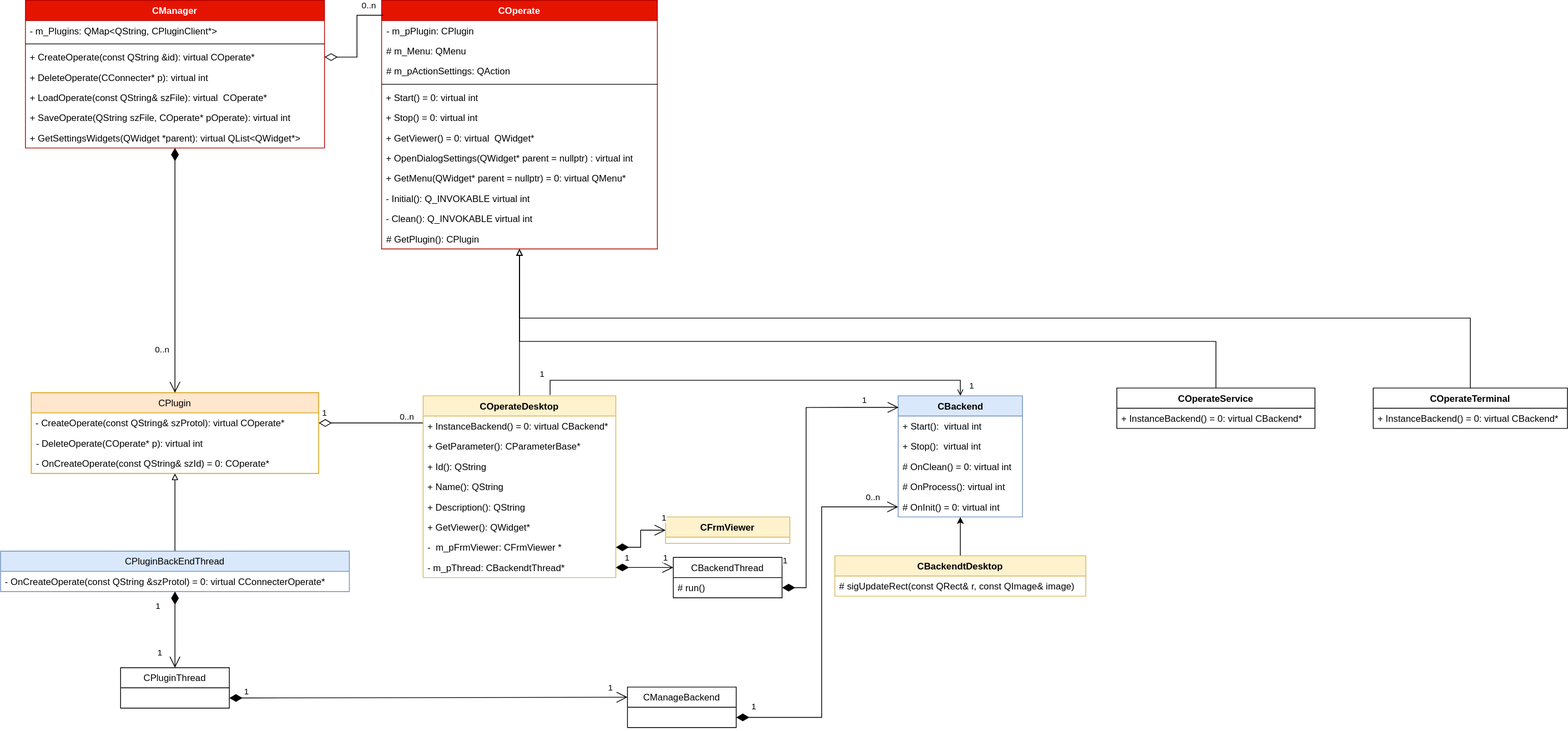
This is docs/Image/PluginAPI.svg from KangLin/RabbitRemoteControl, a draw.io export, as it was before one commit. Source tidied: cells renumbered, new cells last; positions are measured from the earlier drawing's top-left corner, leaving out a move shared by most shapes.
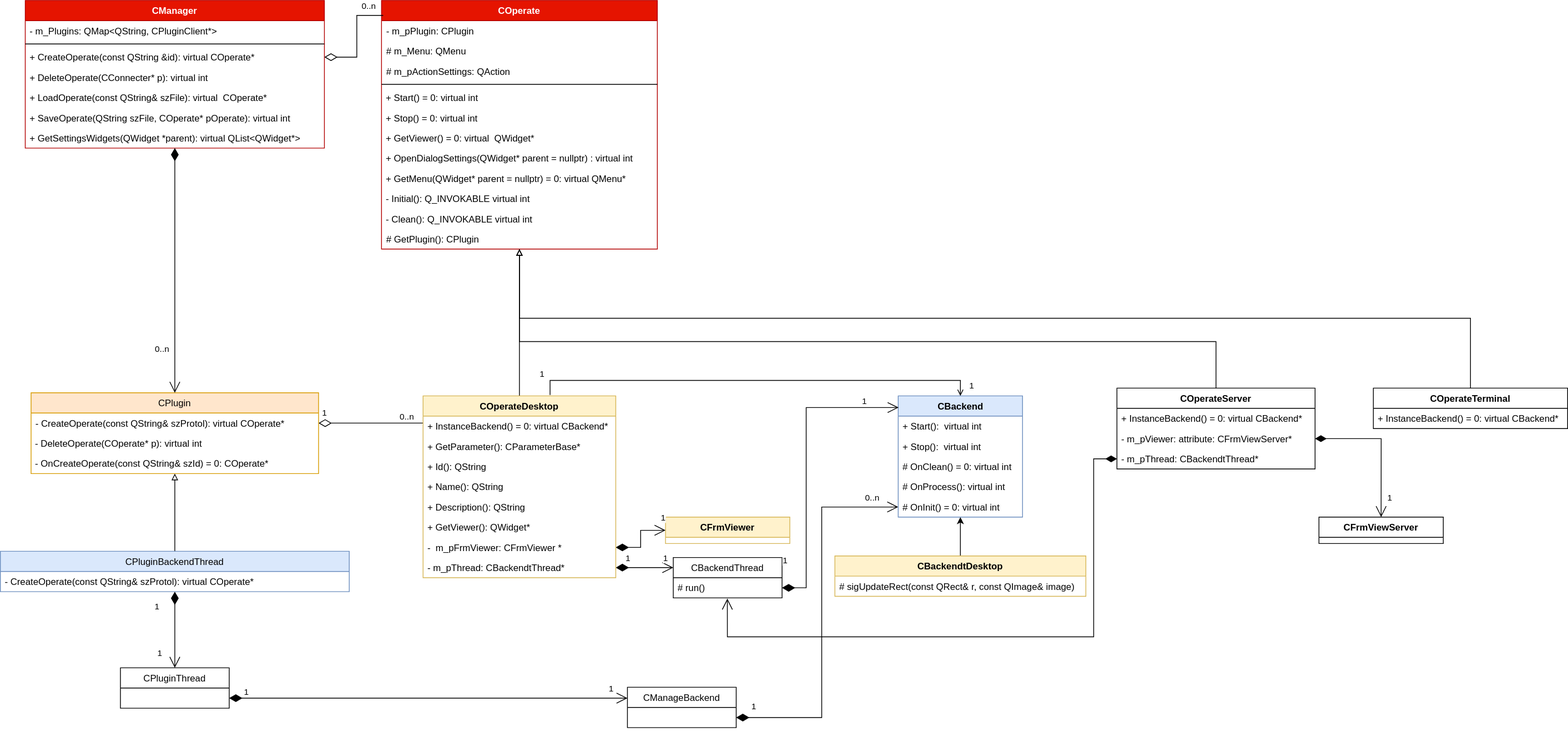
The same file after the commit.

What changed in the source:
```diff
@@ -106,10 +106,10 @@
     <mxCell id="33" value="# run()" style="text;strokeColor=none;fillColor=none;align=left;verticalAlign=top;spacingLeft=4;spacingRight=4;overflow=hidden;points=[[0,0.5],[1,0.5]];portConstraint=eastwest;whiteSpace=wrap;html=1;" parent="32" vertex="1">
       <mxGeometry y="26" width="140" height="26" as="geometry" />
     </mxCell>
-    <mxCell id="34" value="CPluginBackEndThread" style="swimlane;fontStyle=0;horizontal=1;startSize=26;fillColor=#dae8fc;strokeColor=#6c8ebf;" parent="1" vertex="1">
+    <mxCell id="34" value="CPluginBackendThread" style="swimlane;fontStyle=0;horizontal=1;startSize=26;fillColor=#dae8fc;strokeColor=#6c8ebf;" parent="1" vertex="1">
       <mxGeometry y="709" width="449" height="52" as="geometry" />
     </mxCell>
-    <mxCell id="35" value="- OnCreateOperate(const QString &amp;szProtol) = 0: virtual CConnecterOperate* " style="text;strokeColor=none;fillColor=none;align=left;verticalAlign=top;spacingLeft=4;spacingRight=4;overflow=hidden;" parent="34" vertex="1">
+    <mxCell id="35" value="- CreateOperate(const QString&amp; szProtol): virtual COperate*" style="text;strokeColor=none;fillColor=none;align=left;verticalAlign=top;spacingLeft=4;spacingRight=4;overflow=hidden;" parent="34" vertex="1">
       <mxGeometry y="26" width="449" height="26" as="geometry" />
     </mxCell>
     <mxCell id="36" value="CPluginThread" style="swimlane;fontStyle=0;horizontal=1;startSize=26;fillColor=none;" parent="1" vertex="1">
@@ -299,11 +299,37 @@
         </Array>
       </mxGeometry>
     </mxCell>
-    <mxCell id="81" value="COperateService" style="swimlane;fontStyle=1;align=center;verticalAlign=top;horizontal=1;startSize=26;whiteSpace=wrap;html=1;" parent="1" vertex="1">
-      <mxGeometry x="1437" y="499" width="255" height="52" as="geometry" />
+    <mxCell id="81" value="COperateServer" style="swimlane;fontStyle=1;align=center;verticalAlign=top;horizontal=1;startSize=26;whiteSpace=wrap;html=1;" parent="1" vertex="1">
+      <mxGeometry x="1437" y="499" width="255" height="104" as="geometry" />
     </mxCell>
     <mxCell id="82" value="+&amp;nbsp;InstanceBackend() = 0: virtual CBackend*" style="text;strokeColor=none;fillColor=none;align=left;verticalAlign=top;spacingLeft=4;spacingRight=4;overflow=hidden;whiteSpace=wrap;html=1;" parent="81" vertex="1">
       <mxGeometry y="26" width="255" height="26" as="geometry" />
     </mxCell>
+    <mxCell id="83" value="- m_pViewer: attribute: CFrmViewServer*" style="text;strokeColor=none;fillColor=none;align=left;verticalAlign=top;spacingLeft=4;spacingRight=4;overflow=hidden;points=[[0,0.5],[1,0.5]];portConstraint=eastwest;whiteSpace=wrap;html=1;" parent="81" vertex="1">
+      <mxGeometry y="52" width="255" height="26" as="geometry" />
+    </mxCell>
+    <mxCell id="84" value="- m_pThread: CBackendtThread*" style="text;strokeColor=none;fillColor=none;align=left;verticalAlign=top;spacingLeft=4;spacingRight=4;overflow=hidden;points=[[0,0.5],[1,0.5]];portConstraint=eastwest;" parent="81" vertex="1">
+      <mxGeometry y="78" width="255" height="26" as="geometry" />
+    </mxCell>
+    <mxCell id="85" value="CFrmViewServer" style="swimlane;fontStyle=1;align=center;verticalAlign=top;horizontal=1;startSize=26;whiteSpace=wrap;html=1;" parent="1" vertex="1">
+      <mxGeometry x="1697" y="665" width="160" height="34" as="geometry" />
+    </mxCell>
+    <mxCell id="86" style="edgeStyle=orthogonalEdgeStyle;rounded=0;jettySize=auto;html=1;entryX=0.5;entryY=0;entryDx=0;entryDy=0;startArrow=diamondThin;startFill=1;endArrow=open;endFill=0;startSize=12;endSize=12;" parent="1" edge="1" source="83" target="85">
+      <mxGeometry relative="1" as="geometry" />
+    </mxCell>
+    <mxCell id="87" value="1" style="edgeLabel;html=1;align=center;verticalAlign=middle;" parent="86" vertex="1">
+      <mxGeometry x="0.69" y="-4" relative="1" as="geometry">
+        <mxPoint x="14" y="4" as="offset" />
+      </mxGeometry>
+    </mxCell>
+    <mxCell id="88" style="edgeStyle=orthogonalEdgeStyle;rounded=0;jettySize=auto;html=1;entryX=0.497;entryY=1.034;entryDx=0;entryDy=0;entryPerimeter=0;exitX=0;exitY=0.5;exitDx=0;exitDy=0;startArrow=diamondThin;startFill=1;startSize=12;endSize=12;endArrow=open;endFill=0;" parent="1" edge="1" source="84" target="33">
+      <mxGeometry relative="1" as="geometry">
+        <Array as="points">
+          <mxPoint x="1407" y="590" />
+          <mxPoint x="1407" y="819" />
+          <mxPoint x="936" y="819" />
+        </Array>
+      </mxGeometry>
+    </mxCell>
   </root>
 </mxGraphModel>
```
